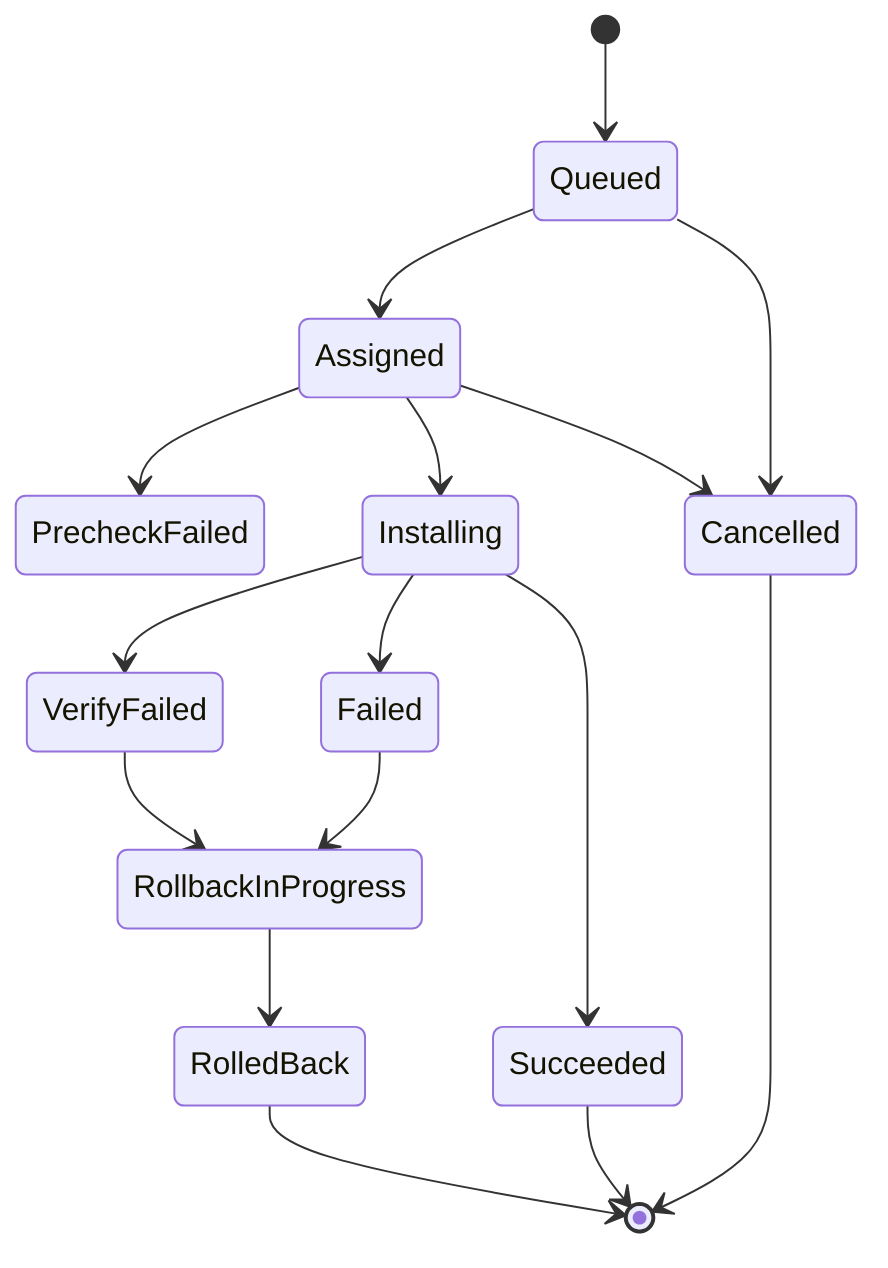
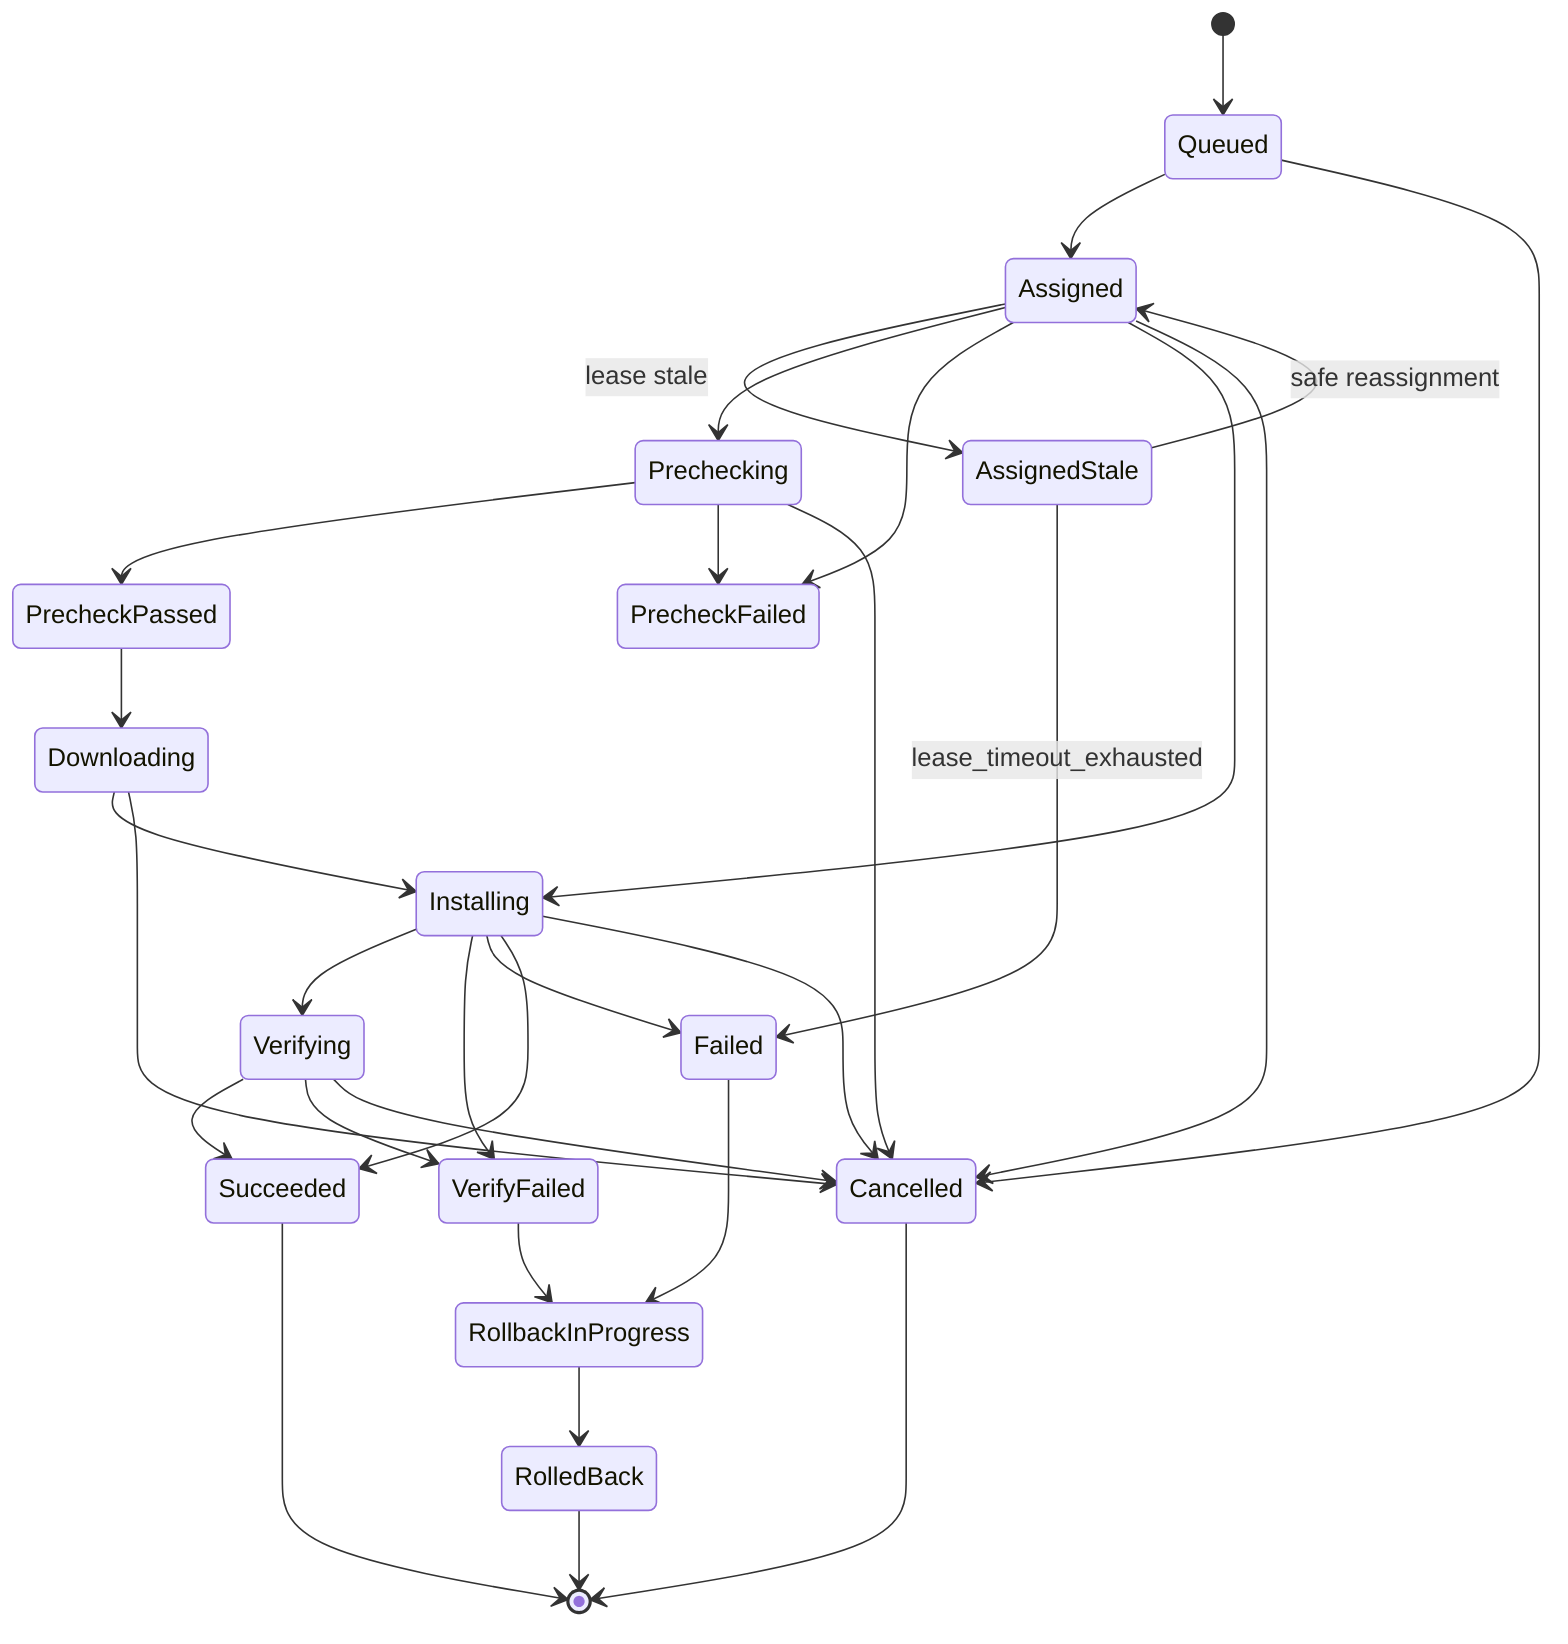
stateDiagram-v2
    [*] --> Queued
    Queued --> Assigned
+     Assigned --> AssignedStale : lease stale
+     AssignedStale --> Assigned : safe reassignment
+     AssignedStale --> Failed : lease_timeout_exhausted
+     Assigned --> Prechecking
+     Prechecking --> PrecheckPassed
+     Prechecking --> PrecheckFailed
+     PrecheckPassed --> Downloading
+     Downloading --> Installing
+     Installing --> Verifying
+     Verifying --> Succeeded
    Assigned --> PrecheckFailed
    Assigned --> Installing
    Installing --> VerifyFailed
    Installing --> Failed
    Installing --> Succeeded
+     Verifying --> VerifyFailed
    VerifyFailed --> RollbackInProgress
    Failed --> RollbackInProgress
    RollbackInProgress --> RolledBack
    Queued --> Cancelled
    Assigned --> Cancelled
+     Prechecking --> Cancelled
+     Downloading --> Cancelled
+     Installing --> Cancelled
+     Verifying --> Cancelled
    Succeeded --> [*]
    RolledBack --> [*]
    Cancelled --> [*]
